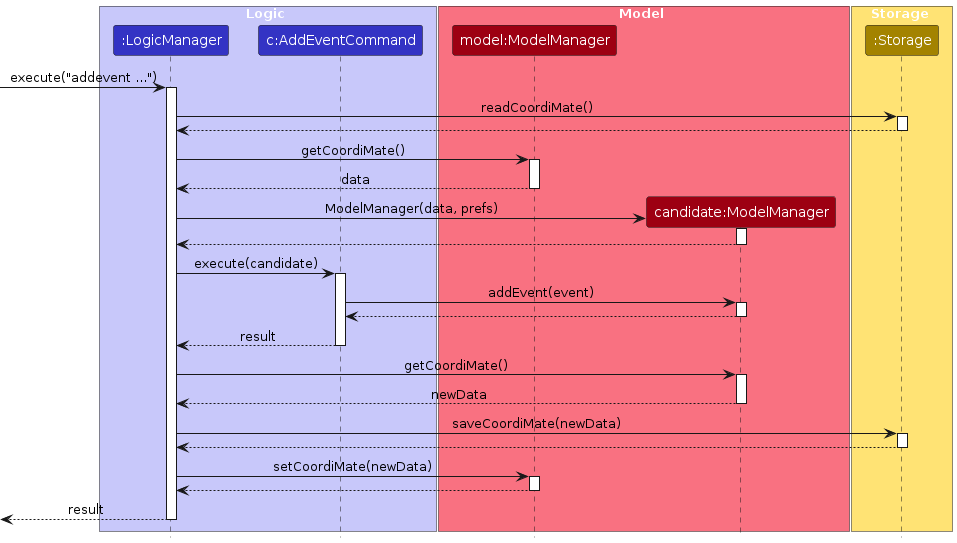
Above: diagrams/AtomicCommandSequenceDiagram.png in AY2627S1-CS2103T-W12-3/tp (PlantUML), before the change. Its source is kept beside it as diagrams/AtomicCommandSequenceDiagram.puml.
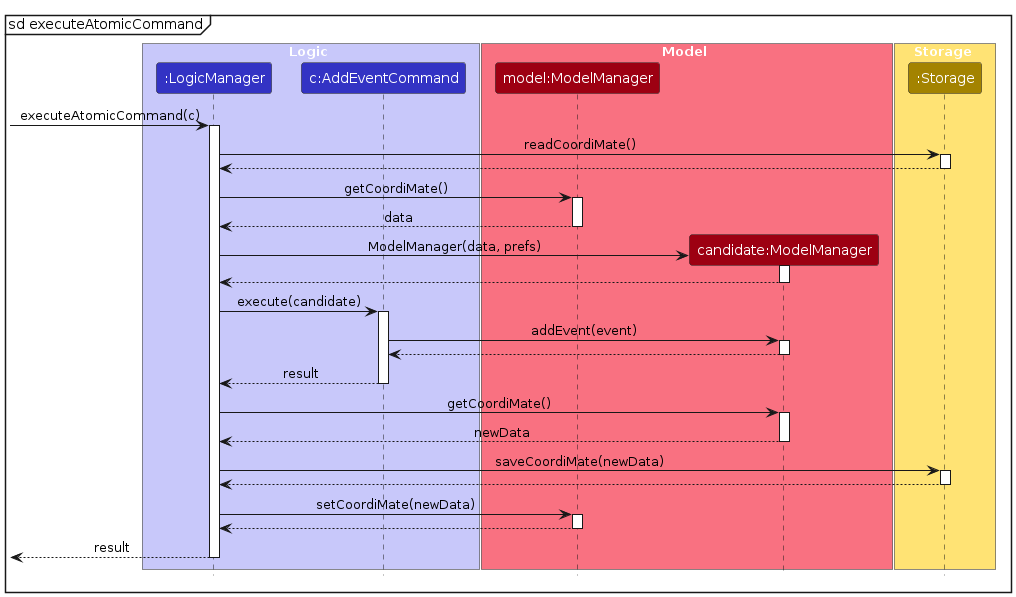
The same diagram one commit later.

What changed in the source:
```diff
@@ -1,6 +1,7 @@
 @startuml
 !include style.puml
 skinparam ArrowFontStyle plain
+mainframe sd executeAtomicCommand
 
 box Logic LOGIC_COLOR_T1
 participant ":LogicManager" as LogicManager LOGIC_COLOR
@@ -16,7 +17,7 @@
 participant ":Storage" as Storage STORAGE_COLOR
 end box
 
-[-> LogicManager : execute("addevent ...")
+[-> LogicManager : executeAtomicCommand(c)
 activate LogicManager
 
 LogicManager -> Storage : readCoordiMate()
```
